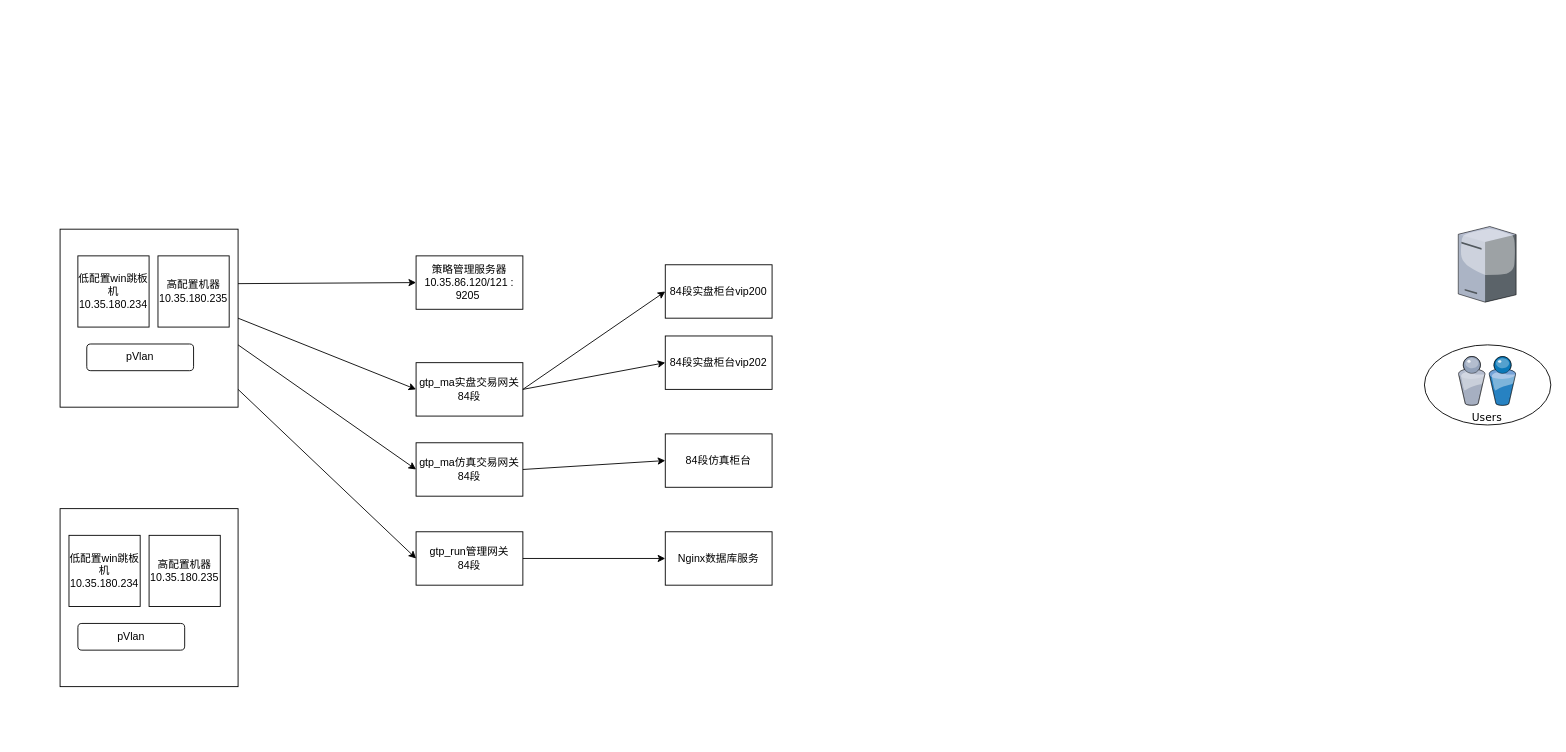
jkred369/code_lib keeps this draw.io diagram as Untitled Diagram.drawio. Above is the earlier version. Source tidied: cells renumbered, new cells numbered last; positions are measured from the earlier drawing's top-left corner, leaving out a move shared by most shapes. Both pictures are drawn from the tidied source at 89%, with x=0, y=0 at pixel (60, 226).
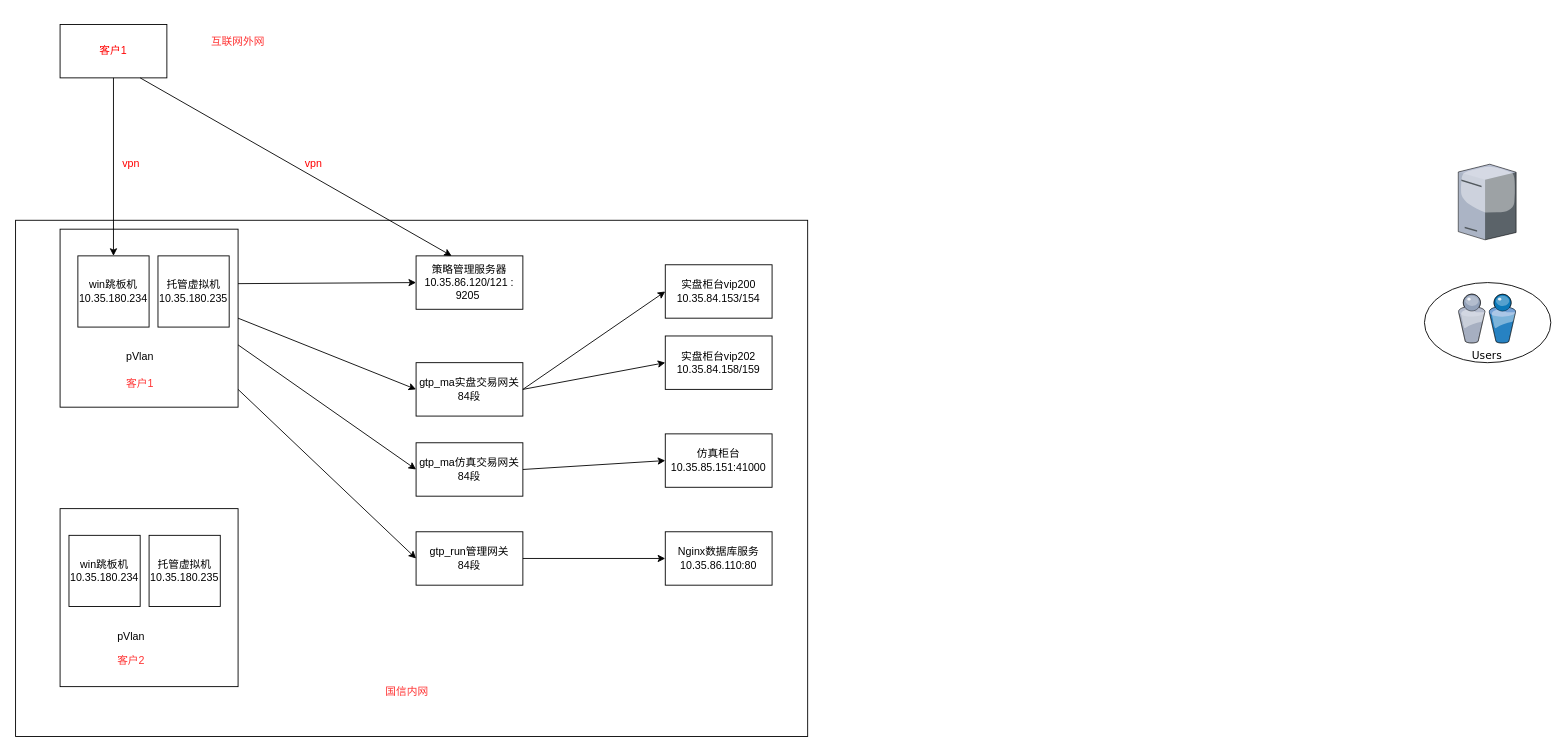
The same diagram, later.

The edit, as a diff of the source:
```diff
@@
+    <mxCell id="29" style="rounded=0;whiteSpace=wrap;html=1;" parent="1" vertex="1">
+      <mxGeometry x="-50" y="-7" width="890" height="580" as="geometry" />
+    </mxCell>
@@
     <mxCell id="3" style="ellipse;whiteSpace=wrap;html=1;rounded=0;shadow=0;comic=0;strokeWidth=1;fontFamily=Verdana;" parent="1" vertex="1">
-      <mxGeometry x="1533" y="133" width="142" height="90" as="geometry" />
+      <mxGeometry x="1533" y="63" width="142" height="90" as="geometry" />
     </mxCell>
     <mxCell id="4" value="Users" style="verticalLabelPosition=bottom;html=1;verticalAlign=top;strokeColor=none;shape=mxgraph.citrix.users;rounded=0;shadow=0;comic=0;fontFamily=Verdana;" parent="1" vertex="1">
-      <mxGeometry x="1571" y="146" width="64.5" height="55" as="geometry" />
+      <mxGeometry x="1571" y="76" width="64.5" height="55" as="geometry" />
     </mxCell>
     <mxCell id="5" style="verticalLabelPosition=bottom;html=1;verticalAlign=top;strokeColor=none;shape=mxgraph.citrix.tower_server;rounded=0;shadow=0;comic=0;fontFamily=Verdana;" parent="1" vertex="1">
-      <mxGeometry x="1571" width="65" height="85" as="geometry" />
+      <mxGeometry x="1571" y="-70" width="65" height="85" as="geometry" />
     </mxCell>
-    <mxCell id="6" value="低配置win跳板机10.35.180.234" style="whiteSpace=wrap;html=1;" parent="1" vertex="1">
+    <mxCell id="6" value="win跳板机10.35.180.234" style="whiteSpace=wrap;html=1;" parent="1" vertex="1">
       <mxGeometry x="20" y="33" width="80" height="80" as="geometry" />
     </mxCell>
-    <mxCell id="7" value="高配置机器10.35.180.235" style="whiteSpace=wrap;html=1;" parent="1" vertex="1">
+    <mxCell id="7" value="托管虚拟机10.35.180.235" style="whiteSpace=wrap;html=1;" parent="1" vertex="1">
       <mxGeometry x="110" y="33" width="80" height="80" as="geometry" />
     </mxCell>
-    <mxCell id="8" value="pVlan" style="rounded=1;whiteSpace=wrap;html=1;" parent="1" vertex="1">
+    <mxCell id="8" value="pVlan" style="rounded=1;whiteSpace=wrap;html=1;strokeColor=none;fillColor=none;" parent="1" vertex="1">
       <mxGeometry x="30" y="132" width="120" height="30" as="geometry" />
     </mxCell>
@@
-    <mxCell id="10" value="低配置win跳板机10.35.180.234" style="whiteSpace=wrap;html=1;" parent="1" vertex="1">
+    <mxCell id="10" value="win跳板机10.35.180.234" style="whiteSpace=wrap;html=1;" parent="1" vertex="1">
       <mxGeometry x="10" y="347" width="80" height="80" as="geometry" />
     </mxCell>
-    <mxCell id="11" value="高配置机器10.35.180.235" style="whiteSpace=wrap;html=1;" parent="1" vertex="1">
+    <mxCell id="11" value="托管虚拟机10.35.180.235" style="whiteSpace=wrap;html=1;" parent="1" vertex="1">
       <mxGeometry x="100" y="347" width="80" height="80" as="geometry" />
     </mxCell>
-    <mxCell id="12" value="pVlan" style="rounded=1;whiteSpace=wrap;html=1;" parent="1" vertex="1">
+    <mxCell id="12" value="pVlan" style="rounded=1;whiteSpace=wrap;html=1;fillColor=none;strokeColor=none;" parent="1" vertex="1">
       <mxGeometry x="20" y="446" width="120" height="30" as="geometry" />
     </mxCell>
@@
-    <mxCell id="17" value="84段实盘柜台vip200" style="rounded=0;whiteSpace=wrap;html=1;" parent="1" vertex="1">
+    <mxCell id="17" value="实盘柜台vip200 10.35.84.153/154" style="rounded=0;whiteSpace=wrap;html=1;" parent="1" vertex="1">
       <mxGeometry x="680" y="43" width="120" height="60" as="geometry" />
     </mxCell>
-    <mxCell id="18" value="84段实盘柜台vip202" style="rounded=0;whiteSpace=wrap;html=1;" parent="1" vertex="1">
+    <mxCell id="18" value="实盘柜台vip202&lt;br&gt;10.35.84.158/159" style="rounded=0;whiteSpace=wrap;html=1;" parent="1" vertex="1">
       <mxGeometry x="680" y="123" width="120" height="60" as="geometry" />
     </mxCell>
-    <mxCell id="19" value="84段仿真柜台" style="rounded=0;whiteSpace=wrap;html=1;" parent="1" vertex="1">
+    <mxCell id="19" value="仿真柜台10.35.85.151:41000" style="rounded=0;whiteSpace=wrap;html=1;" parent="1" vertex="1">
       <mxGeometry x="680" y="233" width="120" height="60" as="geometry" />
     </mxCell>
-    <mxCell id="20" value="Nginx数据库服务" style="rounded=0;whiteSpace=wrap;html=1;" parent="1" vertex="1">
+    <mxCell id="20" value="Nginx数据库服务10.35.86.110:80" style="rounded=0;whiteSpace=wrap;html=1;" parent="1" vertex="1">
       <mxGeometry x="680" y="343" width="120" height="60" as="geometry" />
     </mxCell>
@@
+    <mxCell id="30" value="&lt;font color=&quot;#ff3333&quot;&gt;国信内网&lt;/font&gt;" style="rounded=1;whiteSpace=wrap;html=1;strokeColor=none;" parent="1" vertex="1">
+      <mxGeometry x="240" y="493" width="300" height="60" as="geometry" />
+    </mxCell>
+    <mxCell id="31" value="&lt;font color=&quot;#ff3333&quot;&gt;客户1&lt;/font&gt;" style="rounded=0;whiteSpace=wrap;html=1;strokeColor=none;fillColor=none;" parent="1" vertex="1">
+      <mxGeometry x="30" y="162" width="120" height="30" as="geometry" />
+    </mxCell>
+    <mxCell id="32" value="&lt;font color=&quot;#ff3333&quot;&gt;客户2&lt;/font&gt;" style="rounded=0;whiteSpace=wrap;html=1;strokeColor=none;fillColor=none;" parent="1" vertex="1">
+      <mxGeometry x="20" y="473" width="120" height="30" as="geometry" />
+    </mxCell>
+    <mxCell id="33" value="&lt;font color=&quot;#ff0000&quot;&gt;客户1&lt;/font&gt;" style="rounded=0;whiteSpace=wrap;html=1;fillColor=none;" parent="1" vertex="1">
+      <mxGeometry y="-227" width="120" height="60" as="geometry" />
+    </mxCell>
+    <mxCell id="34" style="endArrow=classic;html=1;exitX=0.5;exitY=1;exitDx=0;exitDy=0;" parent="1" edge="1" source="33" target="6">
+      <mxGeometry relative="1" as="geometry" />
+    </mxCell>
+    <mxCell id="35" style="endArrow=classic;html=1;exitX=0.75;exitY=1;exitDx=0;exitDy=0;" parent="1" edge="1" source="33">
+      <mxGeometry relative="1" as="geometry">
+        <mxPoint x="440" y="33" as="targetPoint" />
+      </mxGeometry>
+    </mxCell>
+    <mxCell id="36" value="&lt;font color=&quot;#ff3333&quot;&gt;互联网外网&lt;/font&gt;" style="rounded=0;whiteSpace=wrap;html=1;fillColor=none;strokeColor=none;" parent="1" vertex="1">
+      <mxGeometry x="140" y="-237" width="120" height="60" as="geometry" />
+    </mxCell>
+    <mxCell id="37" value="&lt;font color=&quot;#ff0000&quot;&gt;vpn&lt;/font&gt;" style="rounded=0;whiteSpace=wrap;html=1;fillColor=none;strokeColor=none;" parent="1" vertex="1">
+      <mxGeometry x="45" y="-80" width="70" height="20" as="geometry" />
+    </mxCell>
+    <mxCell id="38" value="&lt;font color=&quot;#ff0000&quot;&gt;vpn&lt;/font&gt;" style="rounded=0;whiteSpace=wrap;html=1;fillColor=none;arcSize=0;strokeColor=none;" parent="1" vertex="1">
+      <mxGeometry x="250" y="-80" width="70" height="20" as="geometry" />
+    </mxCell>
```
